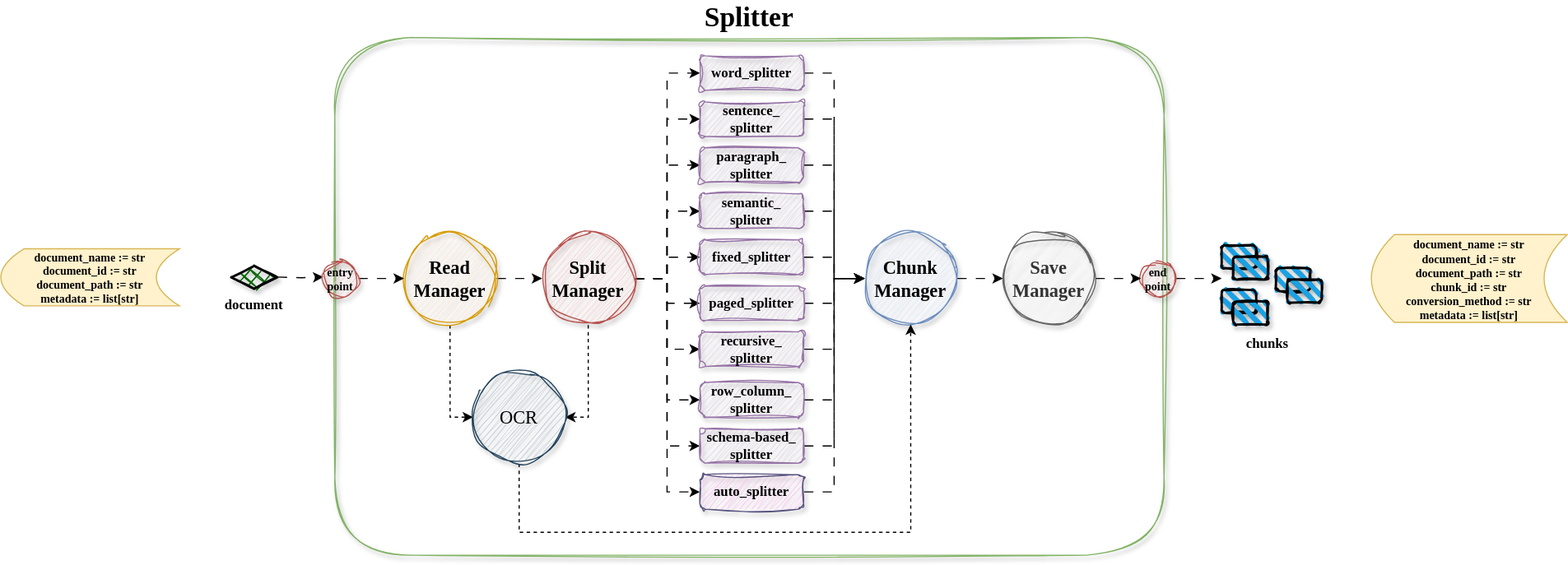
This is assets/splitter.drawio.svg from andreshere00/Splitter, a draw.io export, as it was before one commit. Source tidied: cells renumbered, new cells last; positions are measured from the earlier drawing's top-left corner, leaving out a move shared by most shapes.
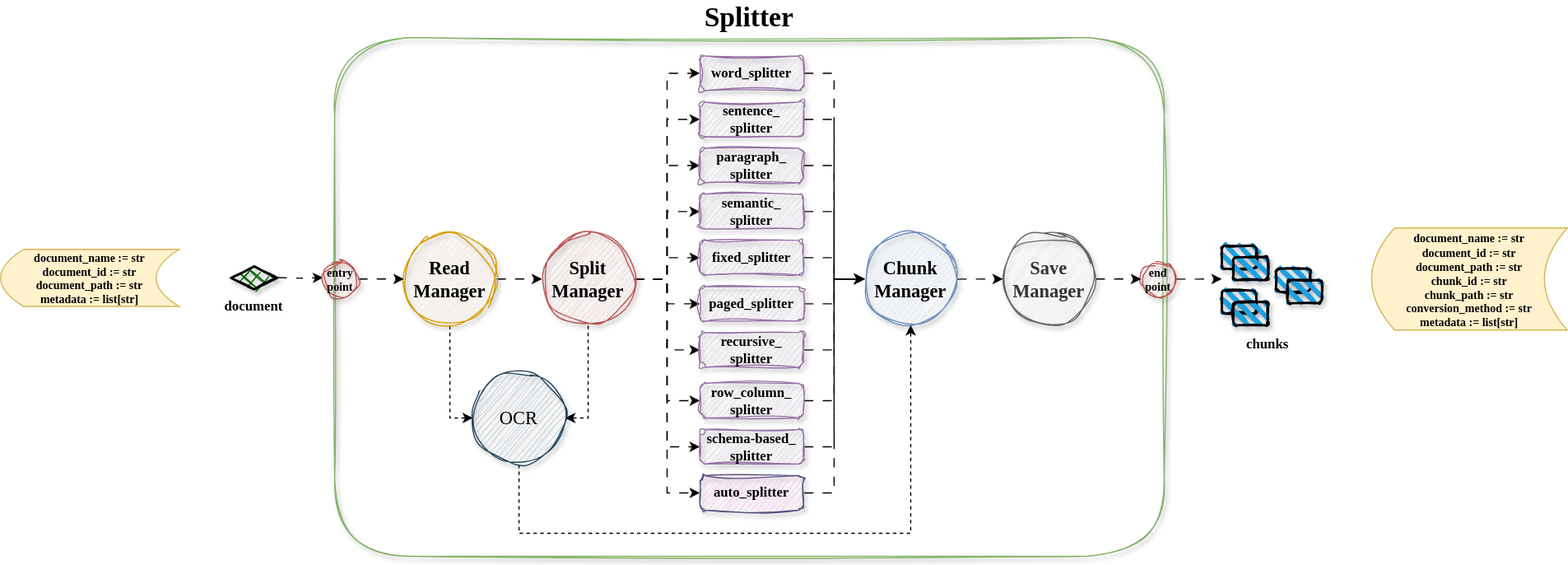
The same diagram one commit later.

What changed in the source:
```diff
@@ -182,8 +182,8 @@
     <mxCell id="57" value="&lt;b&gt;document_name := str&lt;/b&gt;&lt;div&gt;&lt;b&gt;document_id := str&lt;/b&gt;&lt;/div&gt;&lt;div&gt;&lt;b&gt;document_path := str&lt;/b&gt;&lt;/div&gt;&lt;div&gt;&lt;b&gt;metadata :=&amp;nbsp;&lt;span style=&quot;background-color: transparent; color: light-dark(rgb(0, 0, 0), rgb(255, 255, 255));&quot;&gt;list[str]&lt;/span&gt;&lt;/b&gt;&lt;/div&gt;" style="shape=dataStorage;whiteSpace=wrap;html=1;fixedSize=1;fillColor=#fff2cc;strokeColor=#d6b656;fontFamily=Fira Code;fontSize=10;" parent="1" vertex="1">
       <mxGeometry y="183.8" width="155" height="49.5" as="geometry" />
     </mxCell>
-    <mxCell id="58" value="&lt;b style=&quot;font-family: &amp;quot;Fira Code&amp;quot;; font-size: 10px;&quot;&gt;document_name := str&lt;/b&gt;&lt;div style=&quot;font-family: &amp;quot;Fira Code&amp;quot;; font-size: 10px;&quot;&gt;&lt;b&gt;document_id := str&lt;/b&gt;&lt;/div&gt;&lt;div style=&quot;font-family: &amp;quot;Fira Code&amp;quot;; font-size: 10px;&quot;&gt;&lt;b&gt;document_path := str&lt;/b&gt;&lt;/div&gt;&lt;div style=&quot;font-family: &amp;quot;Fira Code&amp;quot;; font-size: 10px;&quot;&gt;&lt;b&gt;chunk_id := str&lt;/b&gt;&lt;/div&gt;&lt;div style=&quot;font-family: &amp;quot;Fira Code&amp;quot;; font-size: 10px;&quot;&gt;&lt;b&gt;conversion_method := str&lt;/b&gt;&lt;/div&gt;&lt;div style=&quot;font-family: &amp;quot;Fira Code&amp;quot;; font-size: 10px;&quot;&gt;&lt;b&gt;metadata :=&amp;nbsp;&lt;span style=&quot;background-color: transparent; color: light-dark(rgb(0, 0, 0), rgb(255, 255, 255));&quot;&gt;list[str]&lt;/span&gt;&lt;/b&gt;&lt;/div&gt;" style="shape=dataStorage;whiteSpace=wrap;html=1;fixedSize=1;fillColor=#fff2cc;strokeColor=#d6b656;" parent="1" vertex="1">
-      <mxGeometry x="1190" y="171.4" width="170" height="76.2" as="geometry" />
+    <mxCell id="58" value="&lt;b style=&quot;font-family: &amp;quot;Fira Code&amp;quot;; font-size: 10px;&quot;&gt;document_name := str&lt;/b&gt;&lt;div style=&quot;font-family: &amp;quot;Fira Code&amp;quot;; font-size: 10px;&quot;&gt;&lt;b&gt;document_id := str&lt;/b&gt;&lt;/div&gt;&lt;div style=&quot;font-family: &amp;quot;Fira Code&amp;quot;; font-size: 10px;&quot;&gt;&lt;b&gt;document_path := str&lt;/b&gt;&lt;/div&gt;&lt;div style=&quot;font-family: &amp;quot;Fira Code&amp;quot;; font-size: 10px;&quot;&gt;&lt;b&gt;chunk_id := str&lt;/b&gt;&lt;/div&gt;&lt;div style=&quot;font-family: &amp;quot;Fira Code&amp;quot;; font-size: 10px;&quot;&gt;&lt;b&gt;chunk_path := str&lt;/b&gt;&lt;b&gt;&lt;br&gt;&lt;/b&gt;&lt;/div&gt;&lt;div style=&quot;font-family: &amp;quot;Fira Code&amp;quot;; font-size: 10px;&quot;&gt;&lt;b&gt;conversion_method := str&lt;/b&gt;&lt;/div&gt;&lt;div style=&quot;font-family: &amp;quot;Fira Code&amp;quot;; font-size: 10px;&quot;&gt;&lt;b&gt;metadata :=&amp;nbsp;&lt;span style=&quot;background-color: transparent; color: light-dark(rgb(0, 0, 0), rgb(255, 255, 255));&quot;&gt;list[str]&lt;/span&gt;&lt;/b&gt;&lt;/div&gt;" style="shape=dataStorage;whiteSpace=wrap;html=1;fixedSize=1;fillColor=#fff2cc;strokeColor=#d6b656;" parent="1" vertex="1">
+      <mxGeometry x="1190" y="165.2" width="170" height="88.6" as="geometry" />
     </mxCell>
   </root>
 </mxGraphModel>
```
